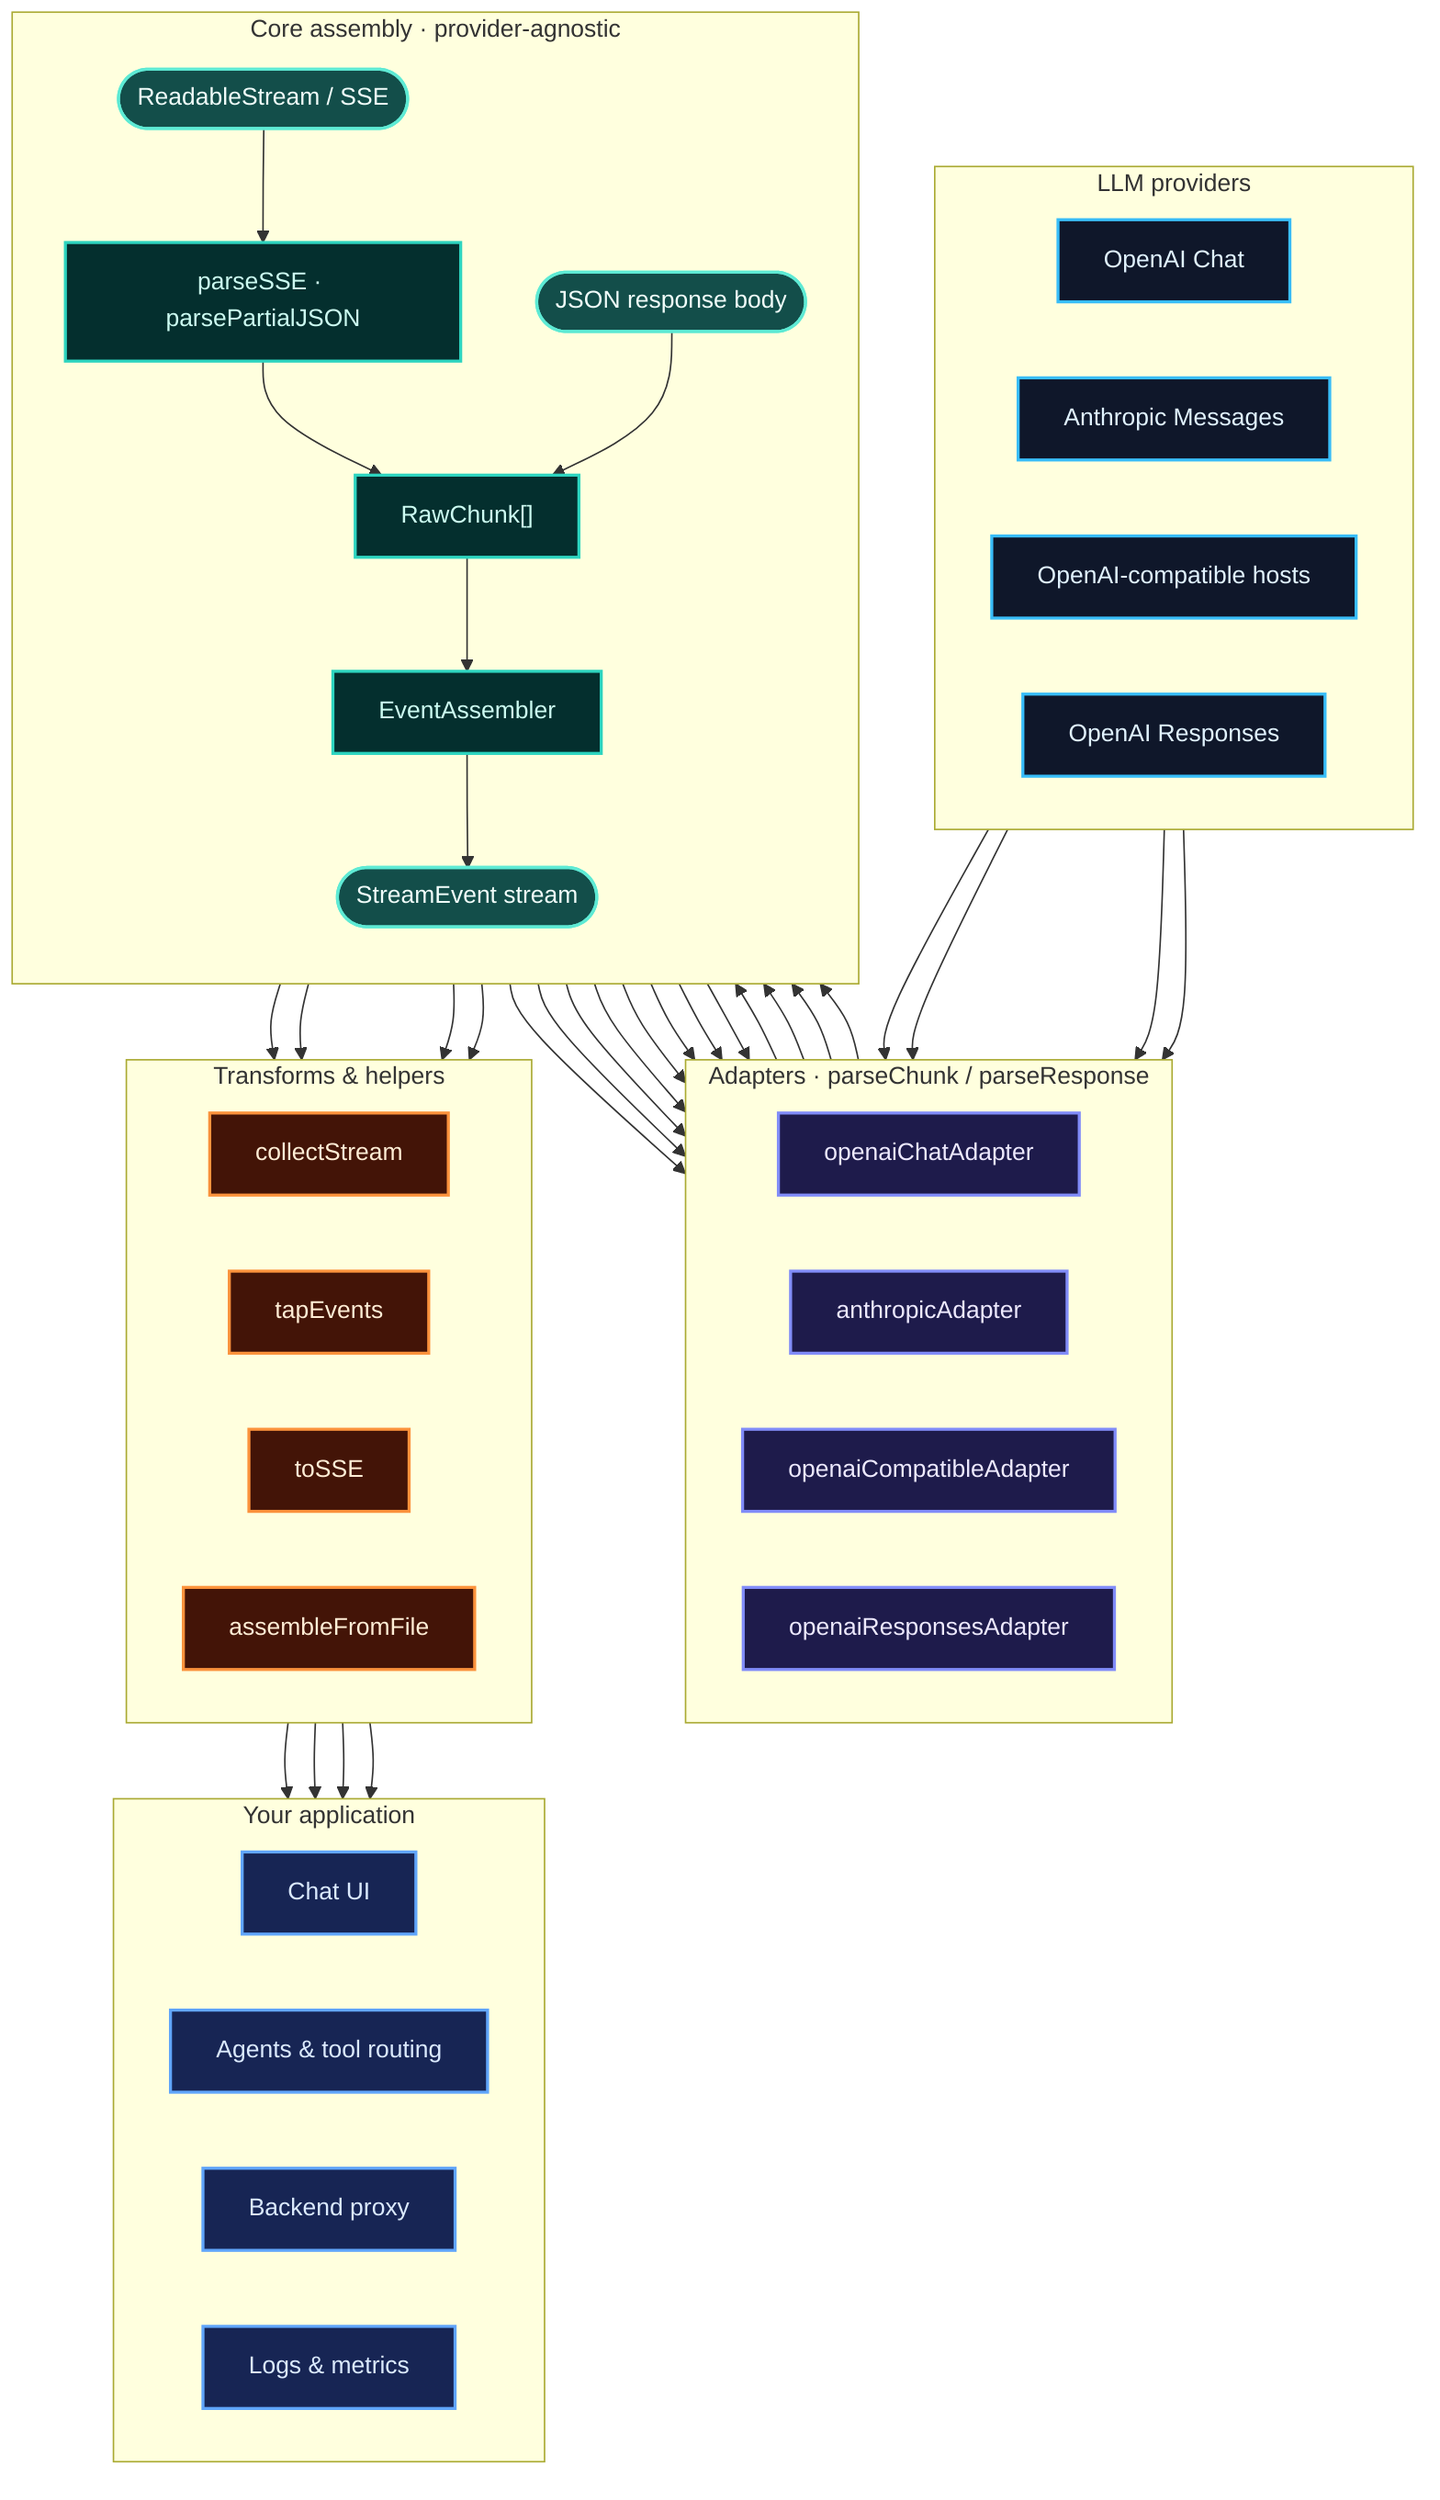
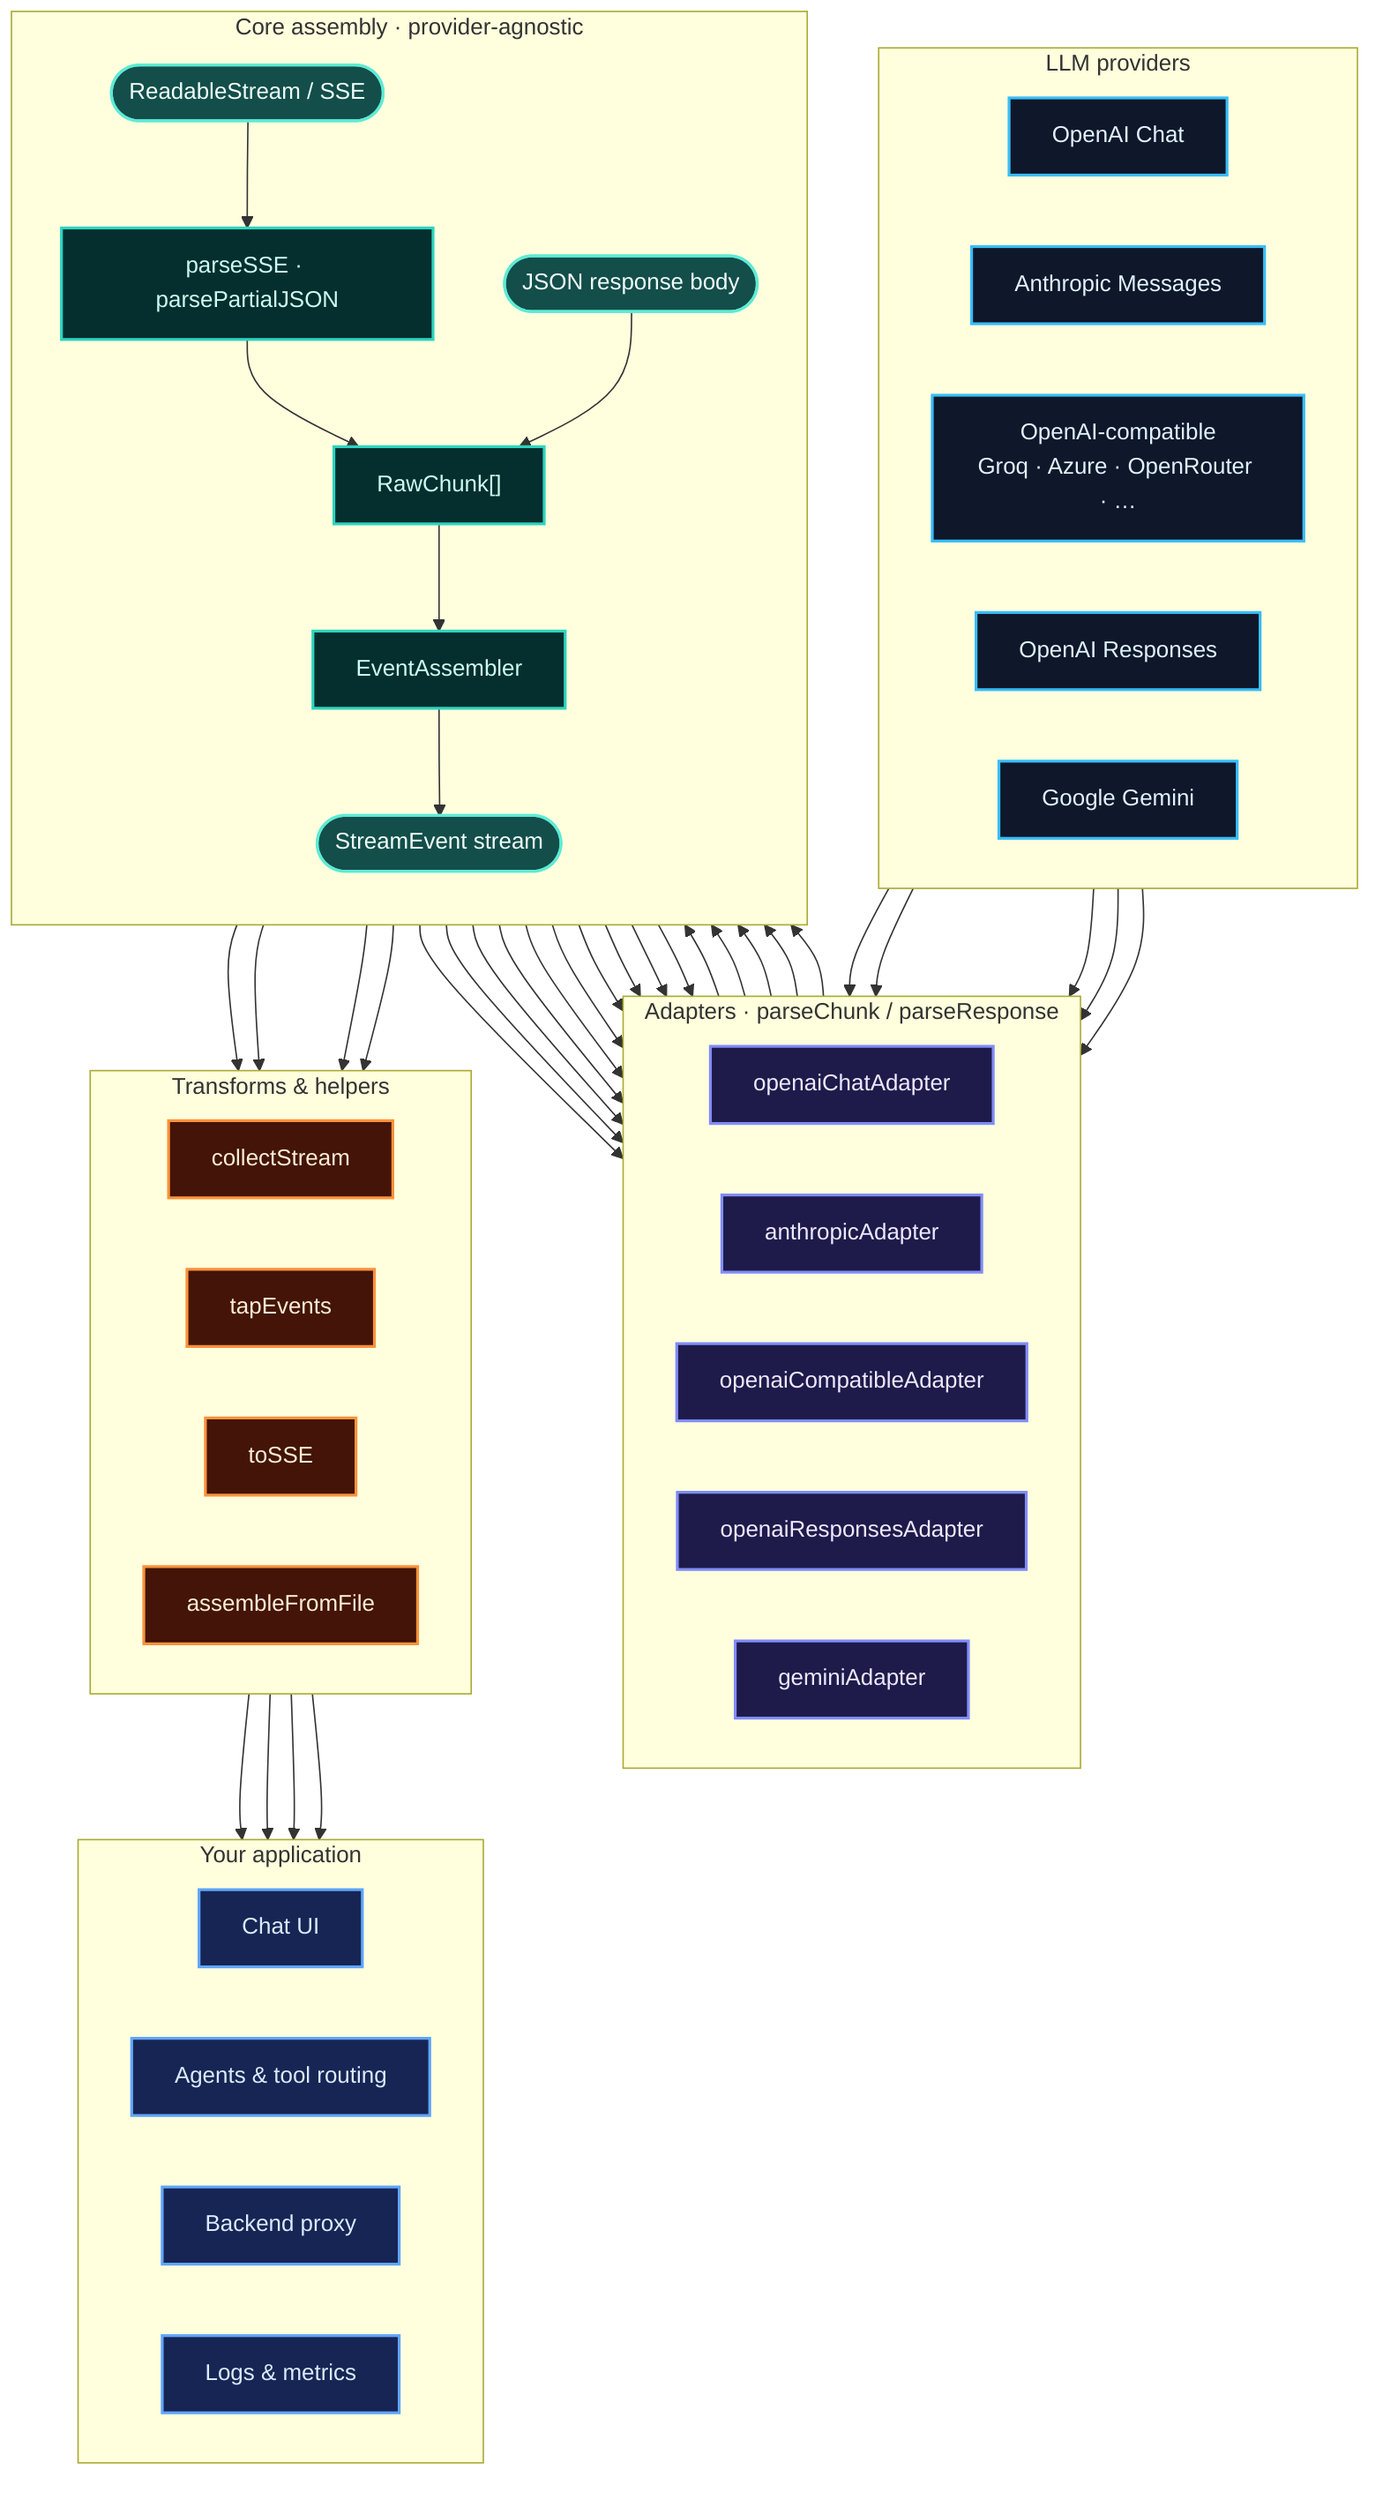
flowchart TB
	subgraph PROVIDERS["LLM providers"]
		direction LR
		PC["OpenAI Chat"]
		PA["Anthropic Messages"]
- 		PO["OpenAI-compatible hosts"]
+ 		PO["OpenAI-compatible<br/>Groq · Azure · OpenRouter · …"]
		PR["OpenAI Responses"]
+ 		PG["Google Gemini"]
	end

	subgraph ADAPTERS["Adapters · parseChunk / parseResponse"]
		direction LR
		AC["openaiChatAdapter"]
		AA["anthropicAdapter"]
		AO["openaiCompatibleAdapter"]
		AR["openaiResponsesAdapter"]
+ 		AG["geminiAdapter"]
	end

	subgraph CORE["Core assembly · provider-agnostic"]
		direction TB
		STREAM(["ReadableStream / SSE"])
		JSON(["JSON response body"])
		PARSE["parseSSE · parsePartialJSON"]
		RAW["RawChunk[]"]
		ASM["EventAssembler"]
		EVENTS(["StreamEvent stream"])
		STREAM --> PARSE --> RAW --> ASM --> EVENTS
		JSON --> RAW
	end

	subgraph TRANSFORMS["Transforms & helpers"]
		direction LR
		COL["collectStream"]
		TAP["tapEvents"]
		SSEOUT["toSSE"]
		REPLAY["assembleFromFile"]
	end

	subgraph APPS["Your application"]
		direction LR
		UI["Chat UI"]
		AGENT["Agents & tool routing"]
		PROXY["Backend proxy"]
		OBS["Logs & metrics"]
	end

	PC --> AC
	PA --> AA
	PO --> AO
	PR --> AR
+ 	PG --> AG
	PARSE --> AC
	PARSE --> AA
	PARSE --> AO
	PARSE --> AR
+ 	PARSE --> AG
	AC --> RAW
	AA --> RAW
	AO --> RAW
	AR --> RAW
+ 	AG --> RAW
	JSON --> AC
	JSON --> AA
	JSON --> AO
	JSON --> AR
+ 	JSON --> AG
	EVENTS --> COL
	EVENTS --> TAP
	EVENTS --> SSEOUT
	EVENTS --> REPLAY
	COL --> UI
	COL --> AGENT
	SSEOUT --> PROXY
	TAP --> OBS

	classDef provider fill:#0f172a,stroke:#38bdf8,stroke-width:2px,color:#e0f2fe
	classDef adapter fill:#1e1b4b,stroke:#818cf8,stroke-width:2px,color:#ede9fe
	classDef core fill:#042f2e,stroke:#2dd4bf,stroke-width:2px,color:#ccfbf1
	classDef io fill:#134e4a,stroke:#5eead4,stroke-width:2px,color:#f0fdfa
	classDef transform fill:#431407,stroke:#fb923c,stroke-width:2px,color:#ffedd5
	classDef app fill:#172554,stroke:#60a5fa,stroke-width:2px,color:#dbeafe

- 	class PC,PA,PO,PR provider
- 	class AC,AA,AO,AR adapter
+ 	class PC,PA,PO,PR,PG provider
+ 	class AC,AA,AO,AR,AG adapter
	class PARSE,RAW,ASM core
	class STREAM,JSON,EVENTS io
	class COL,TAP,SSEOUT,REPLAY transform
	class UI,AGENT,PROXY,OBS app
